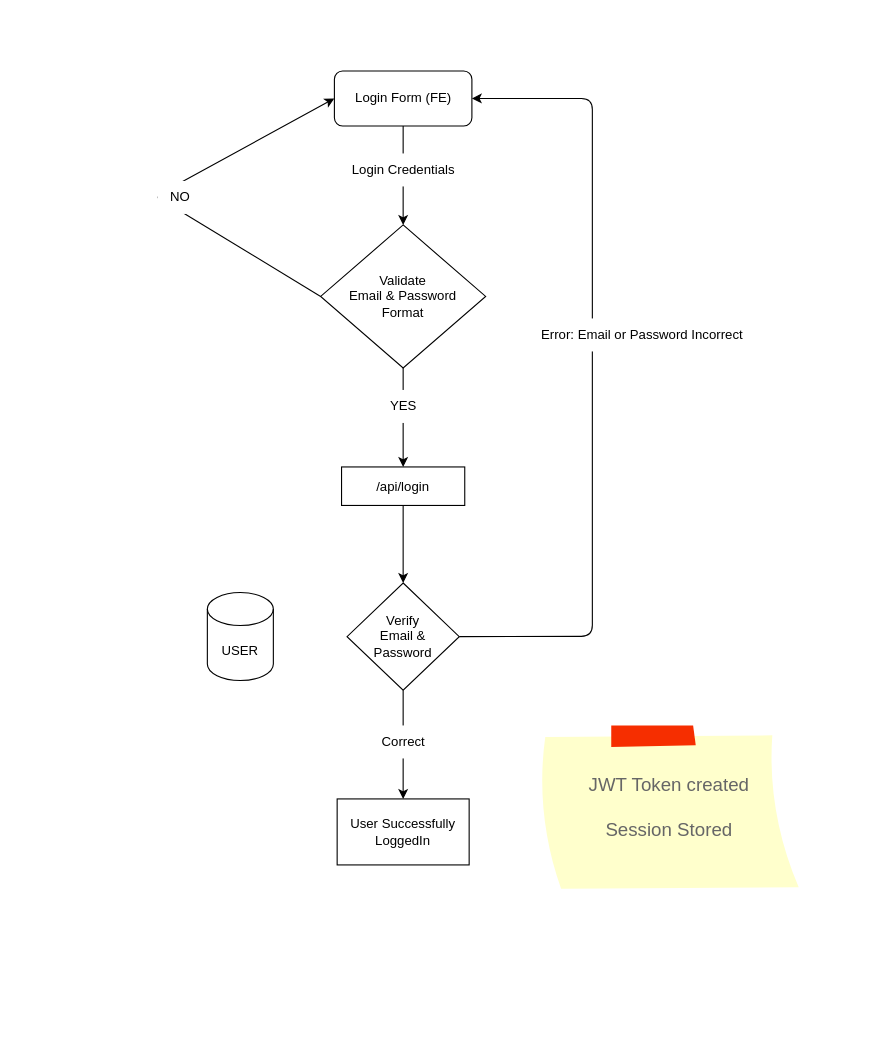
Before: design/flow-diagrams/login-page-backend.drawio in Command-Compass/Development-Documentation, a draw.io diagram. Source tidied: cells renumbered, new cells numbered last; positions are measured from the earlier drawing's top-left corner, leaving out a move shared by most shapes. Both pictures are drawn from the tidied source at 110%, with x=0, y=0 at pixel (157, 70).
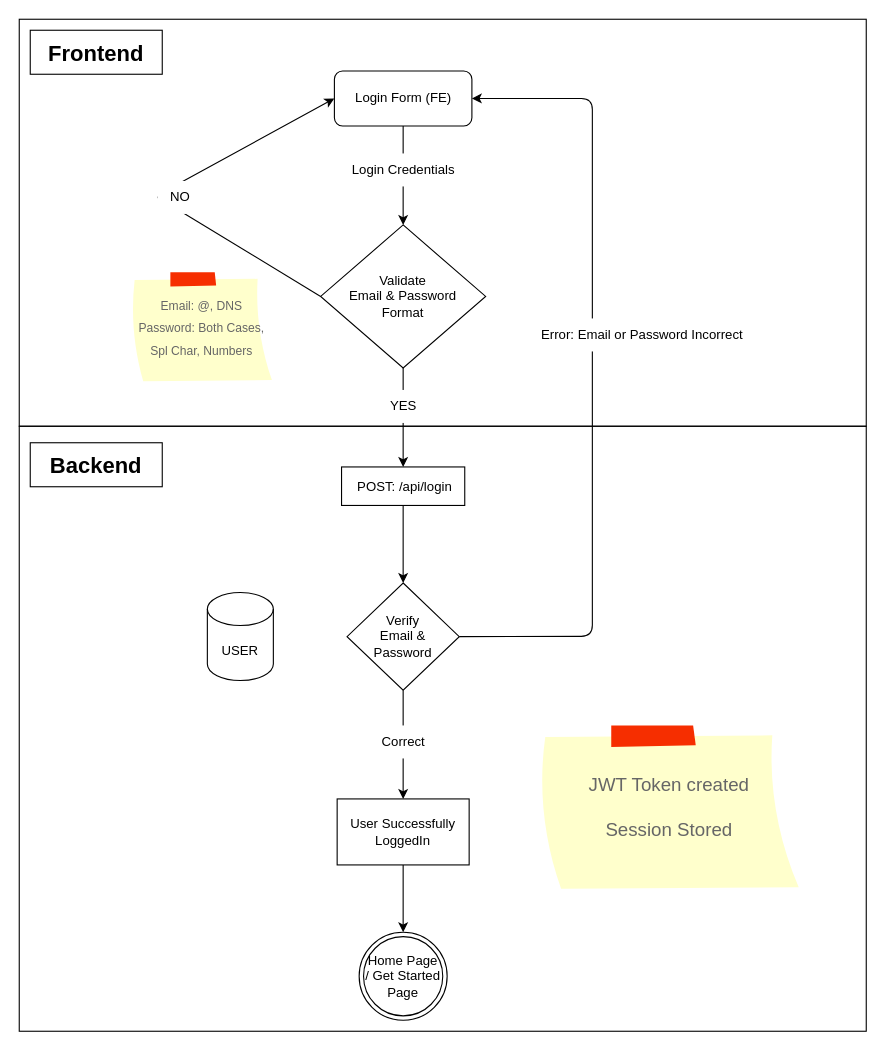
After the change.

Commit message (it also covers changes not shown here):
Updated backend designs

Unchanged cells that the change refers to:
```xml
<mxCell id="18" value="User Successfully LoggedIn" style="whiteSpace=wrap;html=1;" parent="1" vertex="1">
  <mxGeometry x="163" y="661.8" width="120" height="60" as="geometry" />
</mxCell>
```

The edit, as a diff of the source:
```diff
@@
+    <mxCell id="21" style="rounded=0;whiteSpace=wrap;html=1;fillColor=none;" parent="1" vertex="1">
+      <mxGeometry x="-126" y="323" width="770" height="550" as="geometry" />
+    </mxCell>
@@
-    <mxCell id="11" value="/api/login" style="whiteSpace=wrap;html=1;" parent="1" vertex="1">
+    <mxCell id="11" value="&amp;nbsp;POST: /api/login" style="whiteSpace=wrap;html=1;" parent="1" vertex="1">
       <mxGeometry x="167" y="360" width="112" height="35" as="geometry" />
     </mxCell>
@@
+    <mxCell id="22" style="edgeStyle=none;html=1;entryX=0.5;entryY=0;entryDx=0;entryDy=0;" parent="1" edge="1" source="18" target="26">
+      <mxGeometry relative="1" as="geometry" />
+    </mxCell>
@@
+    <mxCell id="23" style="rounded=0;whiteSpace=wrap;html=1;fillColor=none;" parent="1" vertex="1">
+      <mxGeometry x="-126" y="-47" width="770" height="370" as="geometry" />
+    </mxCell>
+    <mxCell id="24" value="&lt;font style=&quot;font-size: 20px;&quot;&gt;&lt;b&gt;Frontend&lt;/b&gt;&lt;/font&gt;" style="rounded=0;whiteSpace=wrap;html=1;fillColor=none;" parent="1" vertex="1">
+      <mxGeometry x="-116" y="-37" width="120" height="40" as="geometry" />
+    </mxCell>
+    <mxCell id="25" value="&lt;span style=&quot;font-size: 20px;&quot;&gt;&lt;b&gt;Backend&lt;/b&gt;&lt;/span&gt;" style="rounded=0;whiteSpace=wrap;html=1;fillColor=none;" parent="1" vertex="1">
+      <mxGeometry x="-116" y="338" width="120" height="40" as="geometry" />
+    </mxCell>
+    <mxCell id="26" value="Home Page / Get Started Page" style="ellipse;shape=doubleEllipse;whiteSpace=wrap;html=1;" parent="1" vertex="1">
+      <mxGeometry x="183" y="783" width="80" height="80" as="geometry" />
+    </mxCell>
+    <mxCell id="27" value="&lt;font style=&quot;font-size: 11px;&quot;&gt;Email: @, DNS&lt;br&gt;Password: Both Cases, Spl Char, Numbers&lt;/font&gt;" style="strokeWidth=1;shadow=0;dashed=0;align=center;html=1;shape=mxgraph.mockup.text.stickyNote2;fontColor=#666666;mainText=;fontSize=17;whiteSpace=wrap;fillColor=#ffffcc;strokeColor=#F62E00;" parent="1" vertex="1">
+      <mxGeometry x="-25" y="183" width="130" height="100" as="geometry" />
+    </mxCell>
```
